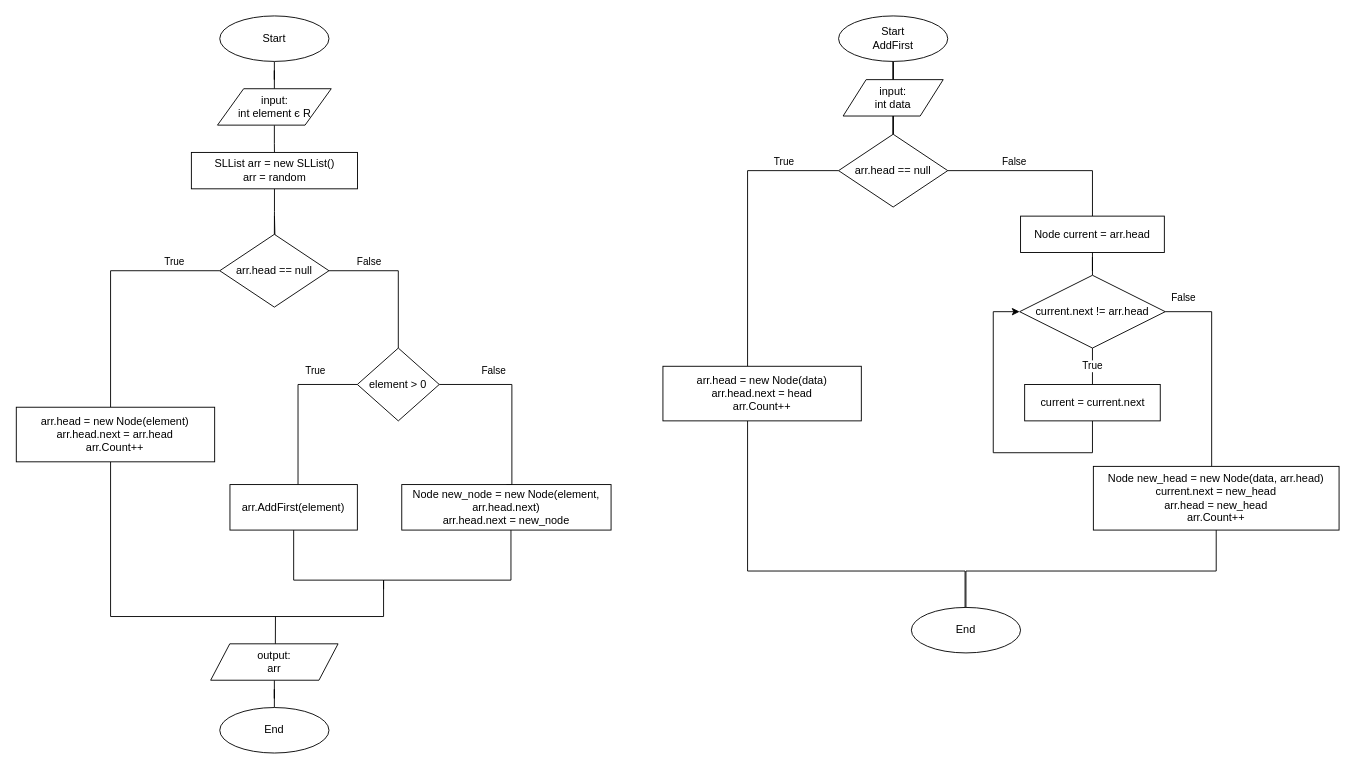
Above: lab-4/Diagram_26task.drawio in alevlon/ads-onasenko-kp12 (draw.io), before the change. Source tidied: cells renumbered, new cells numbered last; positions are measured from the earlier drawing's top-left corner, leaving out a move shared by most shapes. Both pictures are drawn from the tidied source at 91%, with x=0, y=0 at pixel (15, 15).
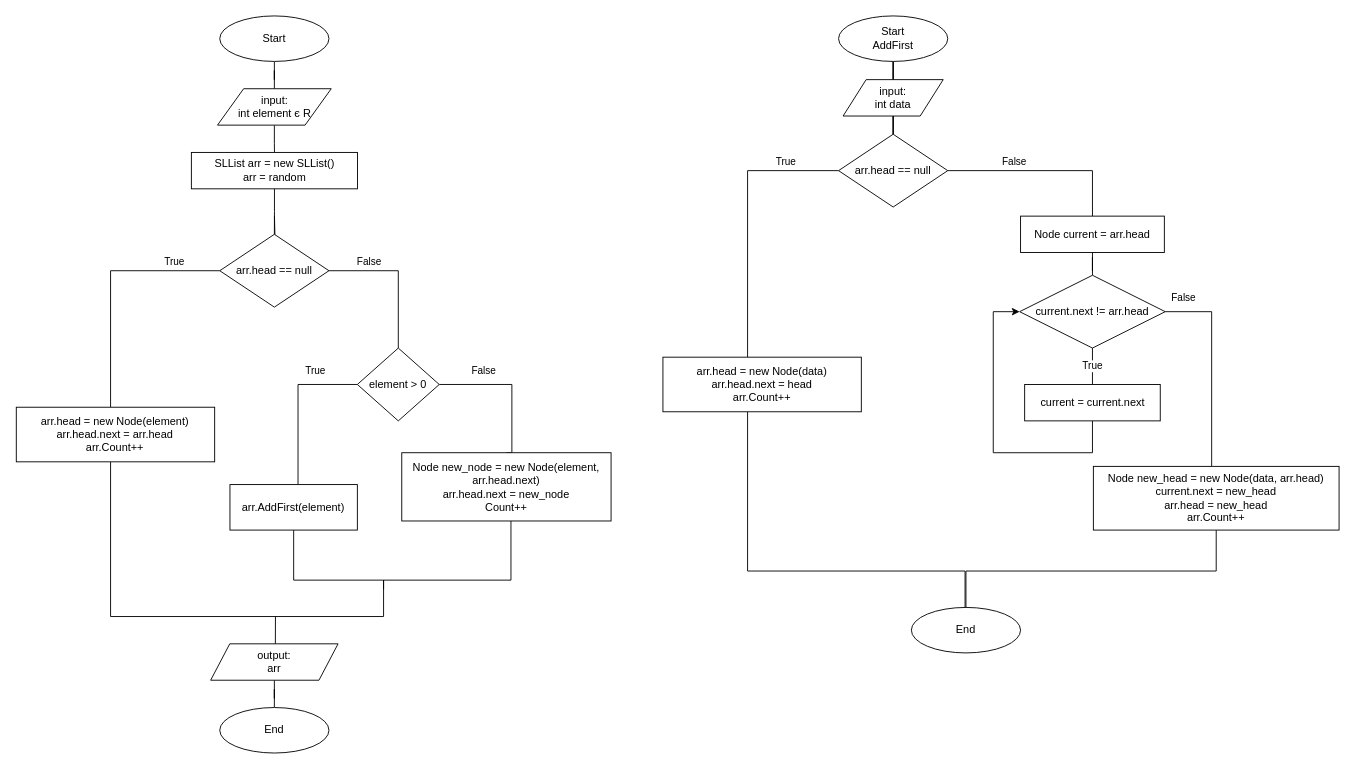
After the change.

What changed in the source:
```diff
@@
-    <mxCell id="20" value="Node new_node = new Node(element, arr.head.next)&lt;br&gt;arr.head.next = new_node" style="rounded=0;whiteSpace=wrap;html=1;" parent="1" vertex="1">
-      <mxGeometry x="424" y="515" width="230" height="50" as="geometry" />
+    <mxCell id="20" value="Node new_node = new Node(element, arr.head.next)&lt;br&gt;arr.head.next = new_node&lt;br&gt;Count++" style="rounded=0;whiteSpace=wrap;html=1;" parent="1" vertex="1">
+      <mxGeometry x="424" y="480" width="230" height="75" as="geometry" />
     </mxCell>
@@
     <mxCell id="29" value="arr.head = new Node(data)&lt;br&gt;arr.head.next = head&lt;br&gt;arr.Count++" style="rounded=0;whiteSpace=wrap;html=1;" parent="1" vertex="1">
-      <mxGeometry x="711" y="385" width="218" height="60" as="geometry" />
+      <mxGeometry x="711" y="375" width="218" height="60" as="geometry" />
     </mxCell>
```
